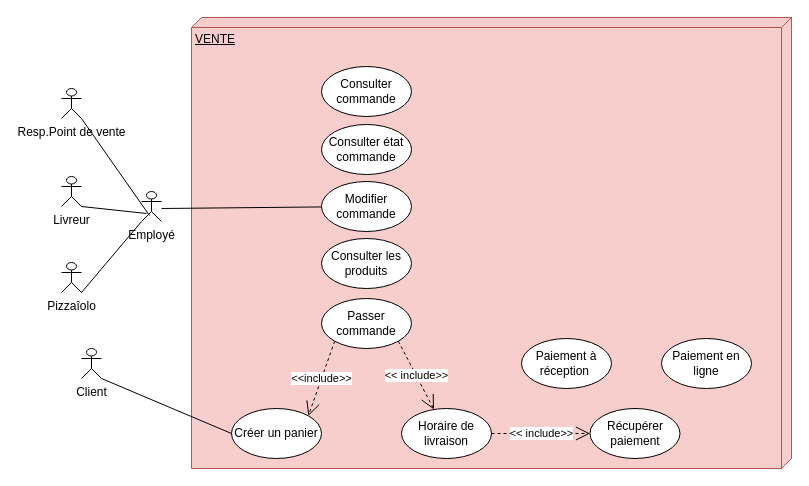
touil2019/Projet4-OC-Pizza keeps this draw.io diagram as Diagramme cas d utilisation "Vente".drawio. Above is the earlier version. Source tidied: cells renumbered, new cells numbered last; positions are measured from the earlier drawing's top-left corner, leaving out a move shared by most shapes. Both pictures are drawn from the tidied source at 100%, with x=0, y=0 at pixel (61, 17).
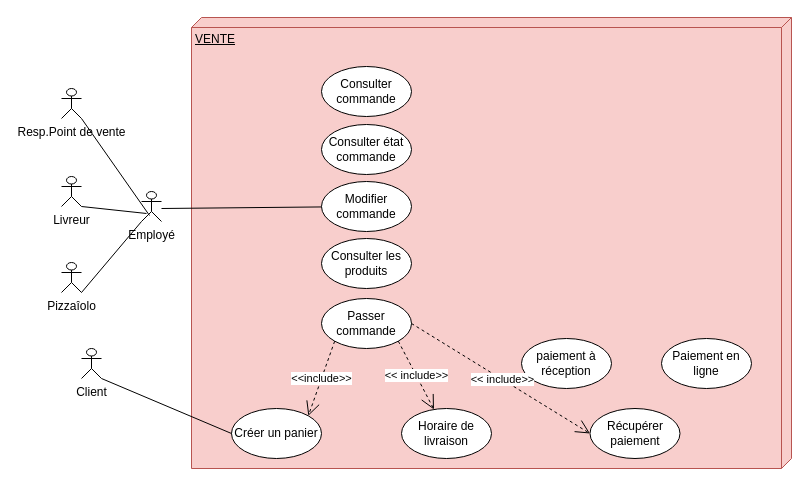
The same diagram, later.

Commit message:
Mettre à jour Diagramme cas d utilisation "Vente".drawio

Unchanged cells that the change refers to:
```xml
<mxCell id="4" value="Horaire de livraison" style="ellipse;whiteSpace=wrap;html=1;" parent="1" vertex="1">
  <mxGeometry x="340" y="391" width="90" height="50" as="geometry" />
</mxCell>
<mxCell id="10" value="Passer commande" style="ellipse;whiteSpace=wrap;html=1;" parent="1" vertex="1">
  <mxGeometry x="260" y="281" width="90" height="50" as="geometry" />
</mxCell>
<mxCell id="17" value="Récupérer&lt;br&gt;paiement&lt;br&gt;" style="ellipse;whiteSpace=wrap;html=1;" parent="1" vertex="1">
  <mxGeometry x="528.5" y="391" width="90" height="50" as="geometry" />
</mxCell>
```

The edit, as a diff of the source:
```diff
@@
-    <mxCell id="15" value="Paiement à réception&amp;nbsp;" style="ellipse;whiteSpace=wrap;html=1;" parent="1" vertex="1">
+    <mxCell id="15" value="paiement à réception" style="ellipse;whiteSpace=wrap;html=1;" parent="1" vertex="1">
       <mxGeometry x="460" y="321" width="90" height="50" as="geometry" />
     </mxCell>
@@
-    <mxCell id="25" value="&amp;lt;&amp;lt; include&amp;gt;&amp;gt;" style="endArrow=open;endSize=12;dashed=1;html=1;entryX=0;entryY=0.5;entryDx=0;entryDy=0;exitX=1;exitY=0.5;exitDx=0;exitDy=0;" parent="1" edge="1" source="4" target="17">
+    <mxCell id="25" value="&amp;lt;&amp;lt; include&amp;gt;&amp;gt;" style="endArrow=open;endSize=12;dashed=1;html=1;entryX=0;entryY=0.5;entryDx=0;entryDy=0;exitX=1;exitY=0.5;exitDx=0;exitDy=0;" parent="1" edge="1" source="10" target="17">
       <mxGeometry x="0.02" relative="1" as="geometry" />
     </mxCell>
```
